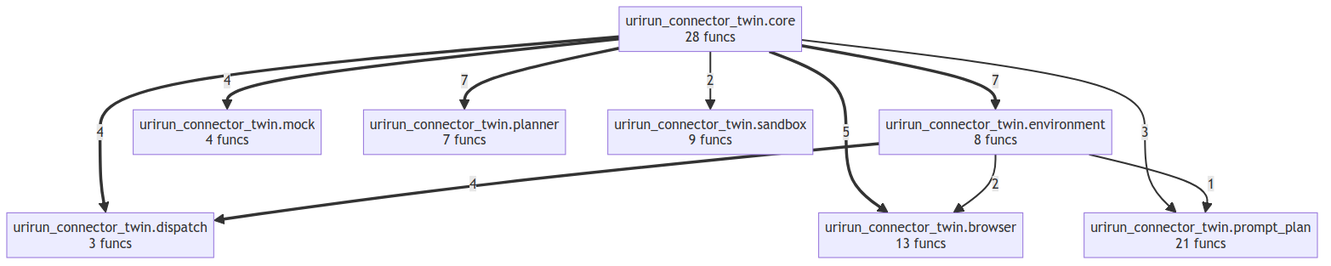
if-uri/urirun-connector-twin keeps this Mermaid diagram as project/compact_flow.png. Above is the earlier version. Its source is kept beside it as project/compact_flow.mmd.
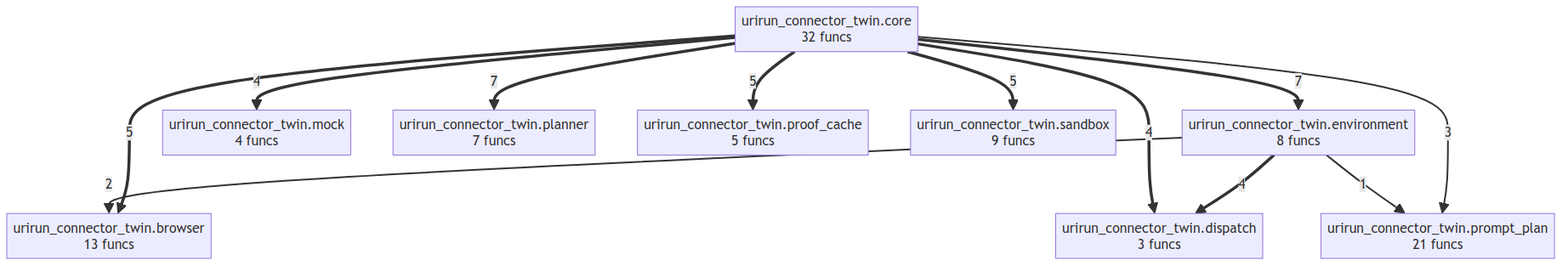
The same diagram one commit later.

What changed in the source:
```diff
@@ -1,19 +1,21 @@
 flowchart TD
     urirun_connector_twin__browser["urirun_connector_twin.browser<br/>13 funcs"]
-    urirun_connector_twin__core["urirun_connector_twin.core<br/>28 funcs"]
+    urirun_connector_twin__core["urirun_connector_twin.core<br/>32 funcs"]
     urirun_connector_twin__dispatch["urirun_connector_twin.dispatch<br/>3 funcs"]
     urirun_connector_twin__environment["urirun_connector_twin.environment<br/>8 funcs"]
     urirun_connector_twin__mock["urirun_connector_twin.mock<br/>4 funcs"]
     urirun_connector_twin__planner["urirun_connector_twin.planner<br/>7 funcs"]
     urirun_connector_twin__prompt_plan["urirun_connector_twin.prompt_plan<br/>21 funcs"]
+    urirun_connector_twin__proof_cache["urirun_connector_twin.proof_cache<br/>5 funcs"]
     urirun_connector_twin__sandbox["urirun_connector_twin.sandbox<br/>9 funcs"]
     urirun_connector_twin__core ==>|7| urirun_connector_twin__environment
     urirun_connector_twin__core ==>|7| urirun_connector_twin__planner
     urirun_connector_twin__core ==>|5| urirun_connector_twin__browser
+    urirun_connector_twin__core ==>|5| urirun_connector_twin__sandbox
+    urirun_connector_twin__core ==>|5| urirun_connector_twin__proof_cache
+    urirun_connector_twin__environment ==>|4| urirun_connector_twin__dispatch
     urirun_connector_twin__core ==>|4| urirun_connector_twin__mock
     urirun_connector_twin__core ==>|4| urirun_connector_twin__dispatch
-    urirun_connector_twin__environment ==>|4| urirun_connector_twin__dispatch
     urirun_connector_twin__core -->|3| urirun_connector_twin__prompt_plan
-    urirun_connector_twin__core -->|2| urirun_connector_twin__sandbox
     urirun_connector_twin__environment -->|2| urirun_connector_twin__browser
     urirun_connector_twin__environment -->|1| urirun_connector_twin__prompt_plan
```
